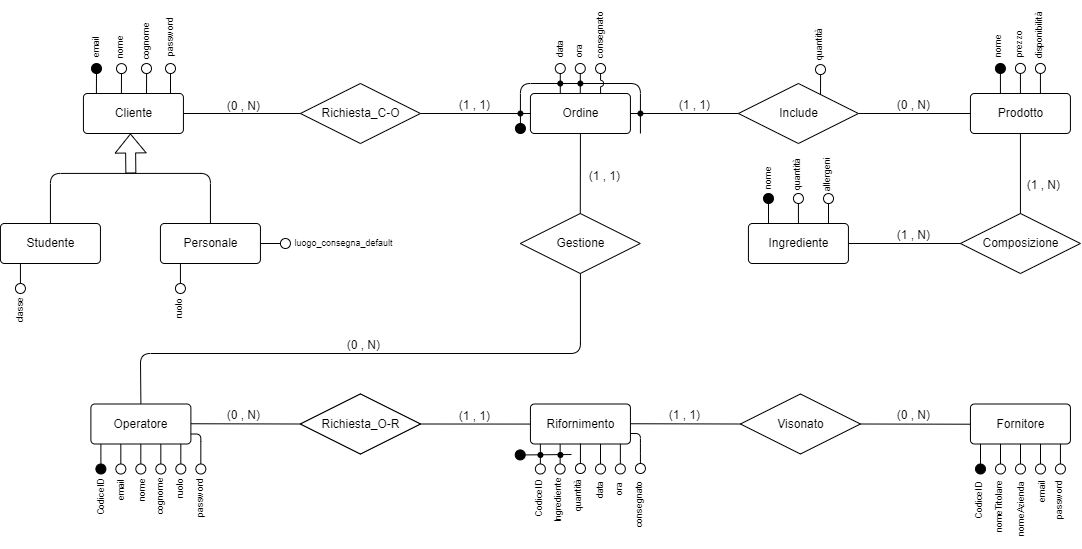
Above: Schematics/Conceptual_model.drawio.png in Dani-Picciau/OwlBreak (draw.io), before the change. Source tidied: cells renumbered, new cells last; positions are measured from the earlier drawing's top-left corner, leaving out a move shared by most shapes.
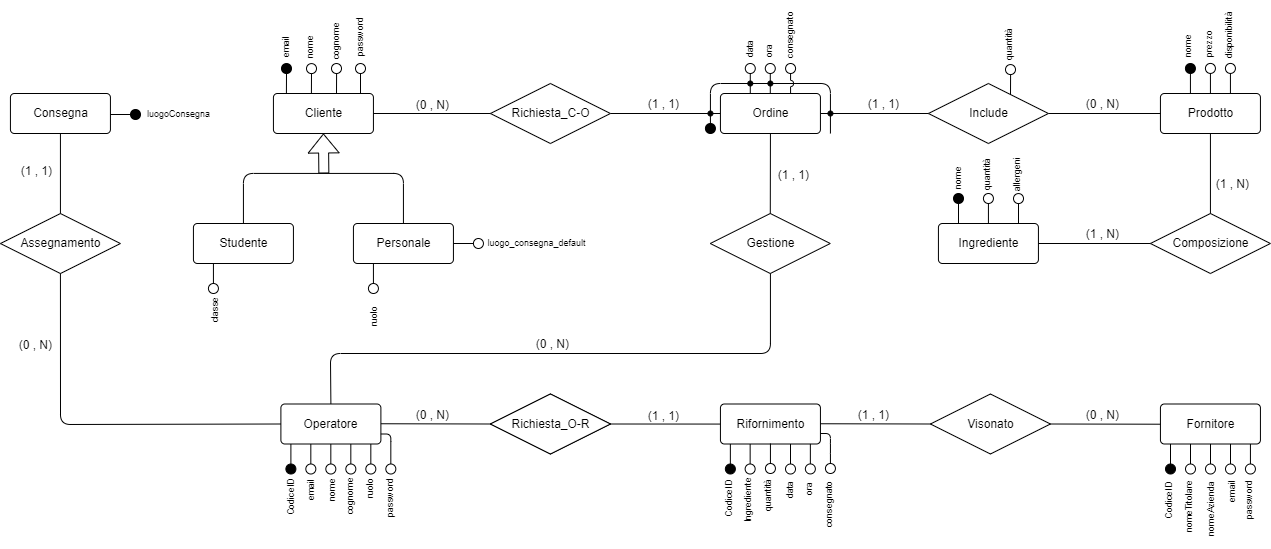
After the commit.

What changed in the source:
```diff
@@ -11,7 +11,7 @@
         <mxPoint x="7" y="20" as="targetPoint" />
       </mxGeometry>
     </mxCell>
-    <mxCell id="4" style="ellipse;html=1;strokeWidth=1;rotation=-405;fillColor=none;rounded=0;labelBackgroundColor=default;fontColor=default;backgroundOutline=1;fillOpacity=100;strokeOpacity=100;labelBorderColor=none;" parent="2" vertex="1">
+    <mxCell id="4" style="ellipse;html=1;strokeWidth=1;rotation=-405;fillColor=#000000;rounded=0;labelBackgroundColor=default;fontColor=default;backgroundOutline=1;fillOpacity=100;strokeOpacity=100;labelBorderColor=none;" parent="2" vertex="1">
       <mxGeometry x="2" y="20" width="10" height="10" as="geometry" />
     </mxCell>
     <mxCell id="5" style="endArrow=none;html=1;rounded=0;labelBackgroundColor=default;fontColor=default;jumpStyle=none;backgroundOutline=1;fillOpacity=100;strokeOpacity=100;labelBorderColor=none;" parent="1" edge="1">
@@ -36,25 +36,25 @@
       <mxGeometry x="304.9" y="76" width="120" height="60" as="geometry" />
     </mxCell>
     <mxCell id="9" value="Studente" style="rounded=1;arcSize=10;html=1;align=center;fillColor=default;labelBackgroundColor=default;backgroundOutline=1;fillOpacity=100;strokeOpacity=100;fontColor=default;labelBorderColor=none;" parent="1" vertex="1">
-      <mxGeometry x="4.9" y="216" width="100" height="40" as="geometry" />
+      <mxGeometry x="7.9" y="216" width="100" height="40" as="geometry" />
     </mxCell>
     <mxCell id="10" value="Personale" style="rounded=1;arcSize=10;html=1;align=center;fillColor=default;labelBackgroundColor=default;backgroundOutline=1;fillOpacity=100;strokeOpacity=100;fontColor=default;labelBorderColor=none;" parent="1" vertex="1">
-      <mxGeometry x="164.9" y="216" width="100" height="40" as="geometry" />
+      <mxGeometry x="167.9" y="216" width="100" height="40" as="geometry" />
     </mxCell>
     <mxCell id="11" value="Cliente" style="rounded=1;arcSize=10;html=1;align=center;labelBackgroundColor=default;fillColor=default;backgroundOutline=1;fillOpacity=100;strokeOpacity=100;fontColor=default;labelBorderColor=none;" parent="1" vertex="1">
       <mxGeometry x="87.9" y="86" width="100" height="40" as="geometry" />
     </mxCell>
     <mxCell id="12" style="shape=flexArrow;endArrow=classic;html=1;rounded=0;labelBackgroundColor=default;fontColor=default;backgroundOutline=1;fillOpacity=100;strokeOpacity=100;labelBorderColor=none;" parent="1" edge="1">
       <mxGeometry relative="1" as="geometry">
-        <mxPoint x="135.4" y="166" as="sourcePoint" />
-        <mxPoint x="134.9" y="126" as="targetPoint" />
+        <mxPoint x="138.4" y="166" as="sourcePoint" />
+        <mxPoint x="137.9" y="126" as="targetPoint" />
       </mxGeometry>
     </mxCell>
     <mxCell id="13" style="endArrow=none;html=1;entryX=0.5;entryY=0;entryDx=0;entryDy=0;rounded=1;labelBackgroundColor=default;fontColor=default;backgroundOutline=1;fillOpacity=100;strokeOpacity=100;labelBorderColor=none;" parent="1" edge="1" source="9" target="10">
       <mxGeometry relative="1" as="geometry">
         <Array as="points">
-          <mxPoint x="54.9" y="165.9" />
-          <mxPoint x="214.9" y="165.9" />
+          <mxPoint x="57.9" y="165.9" />
+          <mxPoint x="217.9" y="165.9" />
         </Array>
       </mxGeometry>
     </mxCell>
@@ -147,7 +147,7 @@
       </mxGeometry>
     </mxCell>
     <mxCell id="36" style="group;rotation=-180;rounded=0;labelBackgroundColor=default;fontColor=default;backgroundOutline=1;fillOpacity=100;strokeOpacity=100;labelBorderColor=none;" parent="1" vertex="1">
-      <mxGeometry x="17.9" y="256" width="14.1" height="32.1" as="geometry" />
+      <mxGeometry x="20.9" y="256" width="14.1" height="32.1" as="geometry" />
     </mxCell>
     <mxCell id="37" style="ellipse;html=1;strokeWidth=1;rotation=-405;fillColor=none;rounded=0;labelBackgroundColor=default;fontColor=default;backgroundOutline=1;fillOpacity=100;strokeOpacity=100;labelBorderColor=none;" parent="36" vertex="1">
       <mxGeometry x="2" y="20" width="10" height="10" as="geometry" />
@@ -159,10 +159,10 @@
       </mxGeometry>
     </mxCell>
     <mxCell id="39" value="classe" style="text;html=1;align=center;verticalAlign=middle;strokeColor=none;fillColor=none;fontSize=9;rotation=-90;rounded=0;labelBackgroundColor=none;fontColor=default;backgroundOutline=1;fillOpacity=100;strokeOpacity=100;labelBorderColor=none;" parent="1" vertex="1">
-      <mxGeometry y="293" width="50" height="20" as="geometry" />
+      <mxGeometry x="5" y="293" width="50" height="20" as="geometry" />
     </mxCell>
     <mxCell id="40" style="group;rotation=-180;rounded=0;labelBackgroundColor=default;fontColor=default;backgroundOutline=1;fillOpacity=100;strokeOpacity=100;labelBorderColor=none;" parent="1" vertex="1">
-      <mxGeometry x="177.9" y="256" width="14.1" height="32.1" as="geometry" />
+      <mxGeometry x="180.9" y="256" width="14.1" height="32.1" as="geometry" />
     </mxCell>
     <mxCell id="41" style="ellipse;html=1;strokeWidth=1;rotation=-405;fillColor=none;rounded=0;labelBackgroundColor=default;fontColor=default;backgroundOutline=1;fillOpacity=100;strokeOpacity=100;labelBorderColor=none;" parent="40" vertex="1">
       <mxGeometry x="2" y="20" width="10" height="10" as="geometry" />
@@ -174,10 +174,10 @@
       </mxGeometry>
     </mxCell>
     <mxCell id="43" value="ruolo" style="text;html=1;align=center;verticalAlign=middle;strokeColor=none;fillColor=none;fontSize=9;rotation=-90;rounded=0;labelBackgroundColor=none;fontColor=default;backgroundOutline=1;fillOpacity=100;strokeOpacity=100;labelBorderColor=none;" parent="1" vertex="1">
-      <mxGeometry x="163.9" y="291" width="40" height="20" as="geometry" />
+      <mxGeometry x="168.9" y="299" width="40" height="20" as="geometry" />
     </mxCell>
     <mxCell id="44" style="group;rotation=90;rounded=0;labelBackgroundColor=default;fontColor=default;backgroundOutline=1;fillOpacity=100;strokeOpacity=100;labelBorderColor=none;" parent="1" vertex="1">
-      <mxGeometry x="273.9" y="220" width="14.1" height="32.1" as="geometry" />
+      <mxGeometry x="276.9" y="220" width="14.1" height="32.1" as="geometry" />
     </mxCell>
     <mxCell id="45" style="ellipse;html=1;strokeWidth=1;rotation=-135;fillColor=none;rounded=0;labelBackgroundColor=default;fontColor=default;backgroundOutline=1;fillOpacity=100;strokeOpacity=100;labelBorderColor=none;" parent="44" vertex="1">
       <mxGeometry x="11" y="11" width="10" height="10" as="geometry" />
@@ -188,7 +188,7 @@
       </mxGeometry>
     </mxCell>
     <mxCell id="47" value="luogo_consegna_default" style="text;html=1;align=center;verticalAlign=middle;strokeColor=none;fillColor=none;fontSize=9;rotation=0;rounded=0;labelBackgroundColor=none;fontColor=default;backgroundOutline=1;fillOpacity=100;strokeOpacity=100;labelBorderColor=none;" parent="1" vertex="1">
-      <mxGeometry x="288.1" y="226" width="120" height="20" as="geometry" />
+      <mxGeometry x="291.1" y="226" width="120" height="20" as="geometry" />
     </mxCell>
     <mxCell id="48" value="data" style="text;html=1;align=center;verticalAlign=middle;strokeColor=none;fillColor=none;fontSize=9;rotation=-90;rounded=0;labelBackgroundColor=none;fontColor=default;backgroundOutline=1;fillOpacity=100;strokeOpacity=100;labelBorderColor=none;" parent="1" vertex="1">
       <mxGeometry x="544.8" y="32" width="40" height="20" as="geometry" />
@@ -458,24 +458,6 @@
     <mxCell id="118" value="(1 , 1)" style="html=1;align=right;verticalAlign=bottom;rounded=0;labelBackgroundColor=none;fontColor=default;backgroundOutline=1;fillOpacity=100;strokeOpacity=100;labelBorderColor=none;" parent="1" vertex="1">
       <mxGeometry x="624.9" y="177" as="geometry" />
     </mxCell>
-    <mxCell id="119" style="group;rotation=-90;rounded=0;labelBackgroundColor=default;fontColor=default;backgroundOutline=1;fillOpacity=100;strokeOpacity=100;labelBorderColor=none;" parent="1" vertex="1">
-      <mxGeometry x="526.7" y="431.4" width="14.1" height="32.1" as="geometry" />
-    </mxCell>
-    <mxCell id="120" style="endArrow=none;html=1;rounded=0;labelBackgroundColor=default;fontColor=default;backgroundOutline=1;fillOpacity=100;strokeOpacity=100;labelBorderColor=none;" parent="119" edge="1">
-      <mxGeometry relative="1" as="geometry">
-        <mxPoint x="49.3" y="15.6" as="sourcePoint" />
-        <mxPoint x="3" y="16" as="targetPoint" />
-      </mxGeometry>
-    </mxCell>
-    <mxCell id="121" style="ellipse;html=1;strokeWidth=1;rotation=-315;fillColor=#000000;rounded=0;labelBackgroundColor=default;fontColor=default;backgroundOutline=1;fillOpacity=100;strokeOpacity=100;labelBorderColor=none;" parent="119" vertex="1">
-      <mxGeometry x="-7" y="11" width="10" height="10" as="geometry" />
-    </mxCell>
-    <mxCell id="122" style="ellipse;html=1;fillStyle=auto;strokeColor=#000000;fontSize=9;fillColor=#000000;rounded=0;labelBackgroundColor=default;fontColor=default;backgroundOutline=1;fillOpacity=100;strokeOpacity=100;labelBorderColor=none;" parent="1" vertex="1">
-      <mxGeometry x="562.4" y="445" width="5" height="5" as="geometry" />
-    </mxCell>
-    <mxCell id="123" style="ellipse;html=1;fillStyle=auto;strokeColor=#000000;fontSize=9;fillColor=#000000;rounded=0;labelBackgroundColor=default;fontColor=default;backgroundOutline=1;fillOpacity=100;strokeOpacity=100;labelBorderColor=none;" parent="1" vertex="1">
-      <mxGeometry x="542.4" y="445" width="5" height="5" as="geometry" />
-    </mxCell>
     <mxCell id="124" style="group;" parent="1" vertex="1">
       <mxGeometry x="91" width="94" height="86.1" as="geometry" />
     </mxCell>
@@ -698,5 +680,41 @@
     <mxCell id="180" style="ellipse;html=1;strokeWidth=1;rotation=-405;fillColor=none;rounded=0;labelBackgroundColor=default;fontColor=default;backgroundOutline=1;fillOpacity=100;strokeOpacity=100;labelBorderColor=none;" parent="178" vertex="1">
       <mxGeometry x="2.1" y="20" width="10" height="10" as="geometry" />
     </mxCell>
+    <mxCell id="181" value="Consegna" style="rounded=1;arcSize=10;html=1;align=center;labelBackgroundColor=default;fillColor=default;backgroundOutline=1;fillOpacity=100;strokeOpacity=100;fontColor=default;labelBorderColor=none;" parent="1" vertex="1">
+      <mxGeometry x="-175.1" y="86" width="100" height="40" as="geometry" />
+    </mxCell>
+    <mxCell id="182" value="Assegnamento" style="shape=rhombus;perimeter=rhombusPerimeter;html=1;align=center;rounded=0;labelBackgroundColor=default;fillColor=default;backgroundOutline=1;fillOpacity=100;strokeOpacity=100;fontColor=default;labelBorderColor=none;" parent="1" vertex="1">
+      <mxGeometry x="-185.1" y="206" width="120" height="60" as="geometry" />
+    </mxCell>
+    <mxCell id="183" style="endArrow=none;html=1;entryX=0.5;entryY=1;entryDx=0;entryDy=0;exitX=0.5;exitY=0;exitDx=0;exitDy=0;" parent="1" edge="1" source="182" target="181">
+      <mxGeometry relative="1" as="geometry" />
+    </mxCell>
+    <mxCell id="184" style="endArrow=none;html=1;entryX=0.5;entryY=1;entryDx=0;entryDy=0;exitX=0;exitY=0.5;exitDx=0;exitDy=0;" parent="1" edge="1" source="18" target="182">
+      <mxGeometry relative="1" as="geometry">
+        <Array as="points">
+          <mxPoint x="-125" y="417" />
+        </Array>
+      </mxGeometry>
+    </mxCell>
+    <mxCell id="185" value="luogoConsegna" style="text;html=1;align=center;verticalAlign=middle;strokeColor=none;fillColor=none;fontSize=9;rotation=0;rounded=0;labelBackgroundColor=none;fontColor=default;backgroundOutline=1;fillOpacity=100;strokeOpacity=100;labelBorderColor=none;" parent="1" vertex="1">
+      <mxGeometry x="-52" y="97" width="90" height="20" as="geometry" />
+    </mxCell>
+    <mxCell id="186" value="(0 , N)" style="html=1;align=right;verticalAlign=bottom;rounded=0;labelBackgroundColor=none;fontColor=default;backgroundOutline=1;fillOpacity=100;strokeOpacity=100;labelBorderColor=none;" parent="1" vertex="1">
+      <mxGeometry x="-132.1" y="347" as="geometry" />
+    </mxCell>
+    <mxCell id="187" value="(1 , 1)" style="html=1;align=right;verticalAlign=bottom;rounded=0;labelBackgroundColor=none;fontColor=default;backgroundOutline=1;fillOpacity=100;strokeOpacity=100;labelBorderColor=none;" parent="1" vertex="1">
+      <mxGeometry x="-132.1" y="173" as="geometry" />
+    </mxCell>
+    <mxCell id="188" style="group;rotation=90;rounded=0;labelBackgroundColor=default;fontColor=default;backgroundOutline=1;fillOpacity=100;strokeOpacity=100;labelBorderColor=none;" parent="1" vertex="1">
+      <mxGeometry x="-66" y="91" width="14.1" height="32.1" as="geometry" />
+    </mxCell>
+    <mxCell id="189" style="ellipse;html=1;strokeWidth=1;rotation=-135;fillColor=#000000;rounded=0;labelBackgroundColor=default;fontColor=default;backgroundOutline=1;fillOpacity=100;strokeOpacity=100;labelBorderColor=none;" parent="188" vertex="1">
+      <mxGeometry x="11" y="11" width="10" height="10" as="geometry" />
+    </mxCell>
+    <mxCell id="190" style="endArrow=none;html=1;entryX=1;entryY=0;entryDx=0;entryDy=0;rounded=0;labelBackgroundColor=default;fontColor=default;backgroundOutline=1;fillOpacity=100;strokeOpacity=100;labelBorderColor=none;" parent="188" edge="1" target="189">
+      <mxGeometry relative="1" as="geometry">
+        <mxPoint x="-9" y="16" as="sourcePoint" />
+      </mxGeometry>
+    </mxCell>
   </root>
 </mxGraphModel>
```
